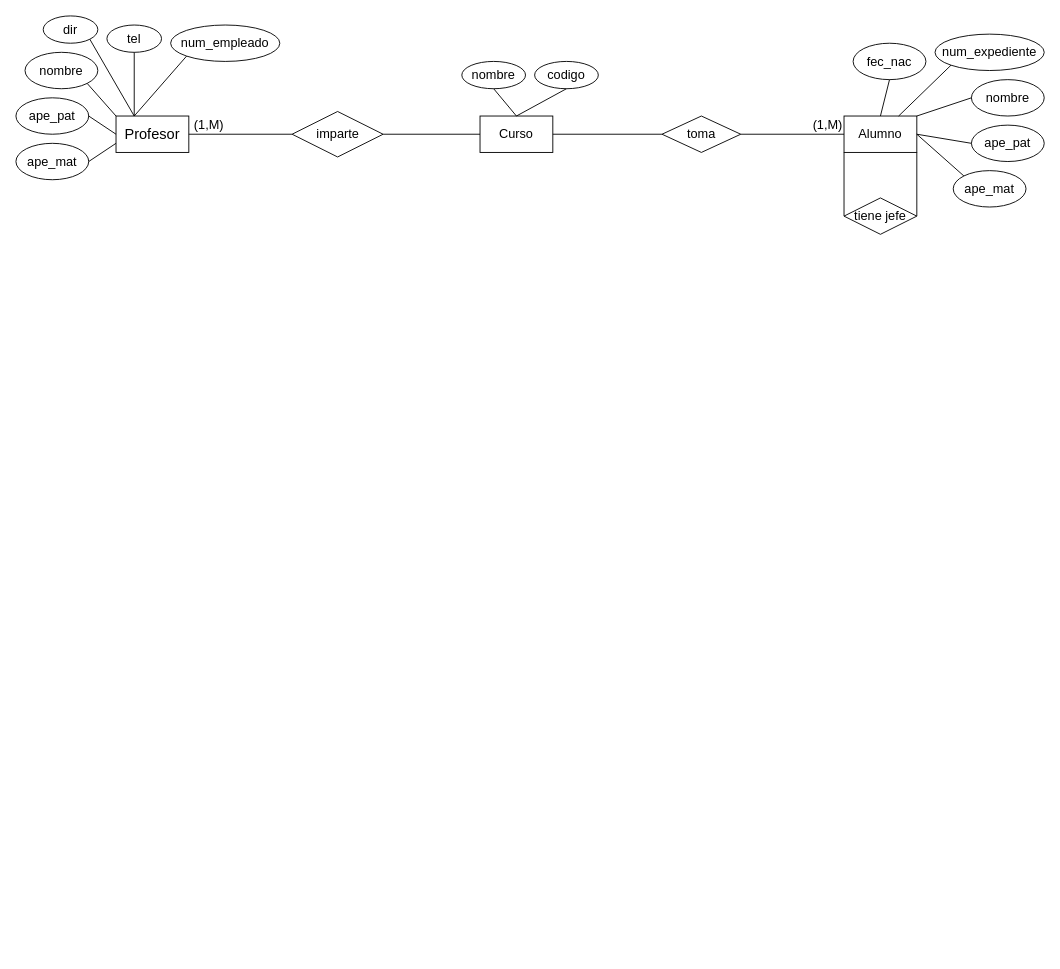
The draw.io diagram Reto1.drawio in Mabeth3105/Diagramas, before the edit. Source tidied: cells renumbered, new cells numbered last; positions are measured from the earlier drawing's top-left corner, leaving out a move shared by most shapes. Both pictures are drawn from the tidied source at 91%, with x=0, y=0 at pixel (15, 15).
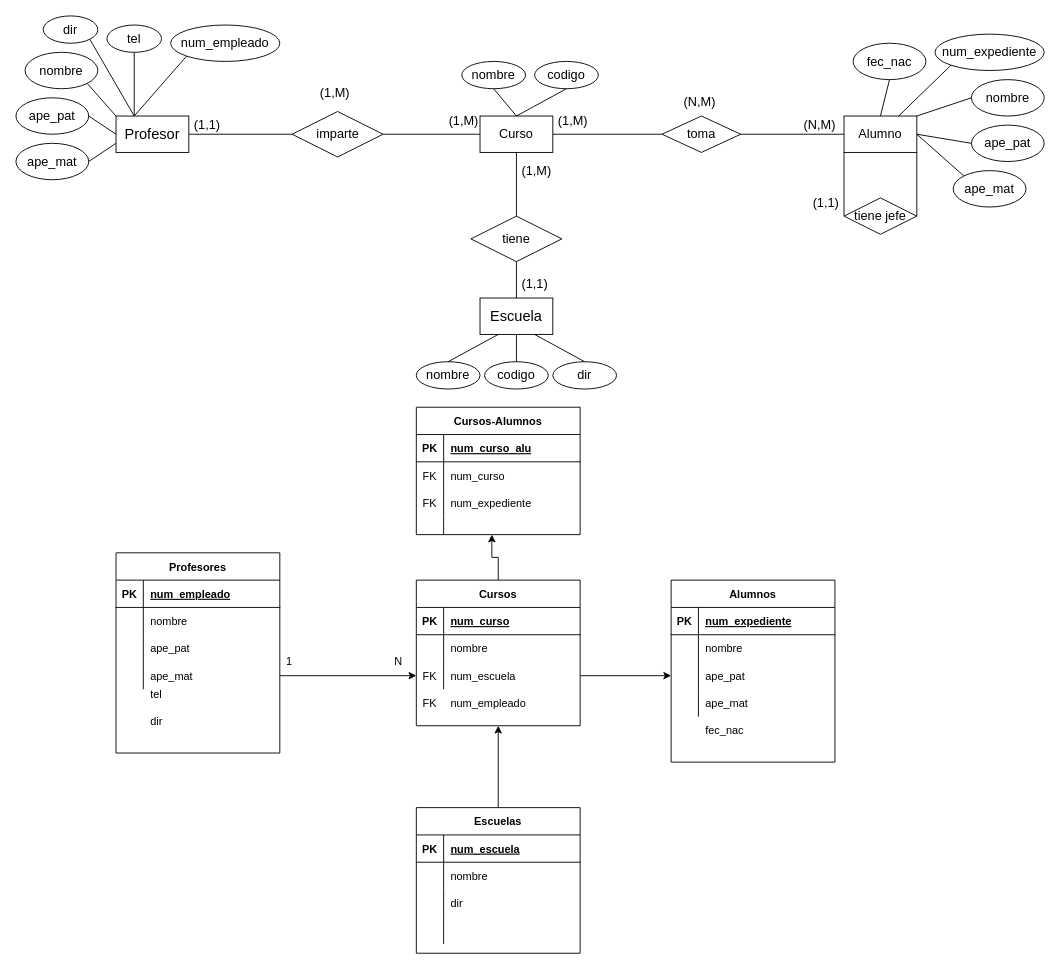
The same diagram, later.

The change refers to these unchanged cells:
```xml
<mxCell id="15" value="Curso" style="whiteSpace=wrap;html=1;align=center;fontSize=14;" parent="1" vertex="1">
  <mxGeometry x="510" y="110" width="80" height="40" as="geometry" />
</mxCell>
```

Diff of the diagram source:
```diff
@@
     <mxCell id="40" value="(1,M)" style="text;strokeColor=none;fillColor=none;spacingLeft=4;spacingRight=4;overflow=hidden;fontSize=14;" parent="1" vertex="1">
-      <mxGeometry x="870" y="105" width="50" height="30" as="geometry" />
+      <mxGeometry x="590" y="100" width="50" height="30" as="geometry" />
     </mxCell>
-    <mxCell id="41" value="(1,M)" style="text;strokeColor=none;fillColor=none;spacingLeft=4;spacingRight=4;overflow=hidden;fontSize=14;" parent="1" vertex="1">
+    <mxCell id="41" value="(1,1)" style="text;strokeColor=none;fillColor=none;spacingLeft=4;spacingRight=4;overflow=hidden;fontSize=14;" parent="1" vertex="1">
       <mxGeometry x="190" y="105" width="50" height="30" as="geometry" />
     </mxCell>
+    <mxCell id="42" value="(1,1)" style="text;strokeColor=none;fillColor=none;spacingLeft=4;spacingRight=4;overflow=hidden;fontSize=14;" parent="1" vertex="1">
+      <mxGeometry x="870" y="190" width="50" height="30" as="geometry" />
+    </mxCell>
+    <mxCell id="43" value="(1,M)" style="text;strokeColor=none;fillColor=none;spacingLeft=4;spacingRight=4;overflow=hidden;fontSize=14;" parent="1" vertex="1">
+      <mxGeometry x="470" y="100" width="50" height="30" as="geometry" />
+    </mxCell>
+    <mxCell id="44" value="(N,M)" style="text;strokeColor=none;fillColor=none;spacingLeft=4;spacingRight=4;overflow=hidden;fontSize=14;" parent="1" vertex="1">
+      <mxGeometry x="860" y="105" width="50" height="30" as="geometry" />
+    </mxCell>
+    <mxCell id="45" value="Escuela" style="rounded=0;whiteSpace=wrap;html=1;fontSize=16;" parent="1" vertex="1">
+      <mxGeometry x="510" y="310" width="80" height="40" as="geometry" />
+    </mxCell>
+    <mxCell id="46" value="tiene" style="shape=rhombus;perimeter=rhombusPerimeter;whiteSpace=wrap;html=1;align=center;fontSize=14;" parent="1" vertex="1">
+      <mxGeometry x="500" y="220" width="100" height="50" as="geometry" />
+    </mxCell>
+    <mxCell id="47" style="endArrow=none;html=1;rounded=0;entryX=0.5;entryY=0;entryDx=0;entryDy=0;exitX=0.5;exitY=1;exitDx=0;exitDy=0;" parent="1" edge="1" source="15" target="46">
+      <mxGeometry relative="1" as="geometry" />
+    </mxCell>
+    <mxCell id="48" style="endArrow=none;html=1;rounded=0;exitX=0.5;exitY=1;exitDx=0;exitDy=0;entryX=0.5;entryY=0;entryDx=0;entryDy=0;" parent="1" edge="1" source="46" target="45">
+      <mxGeometry relative="1" as="geometry" />
+    </mxCell>
+    <mxCell id="49" value="(1,1)" style="text;strokeColor=none;fillColor=none;spacingLeft=4;spacingRight=4;overflow=hidden;fontSize=14;" parent="1" vertex="1">
+      <mxGeometry x="550" y="280" width="50" height="30" as="geometry" />
+    </mxCell>
+    <mxCell id="50" value="(1,M)" style="text;strokeColor=none;fillColor=none;spacingLeft=4;spacingRight=4;overflow=hidden;fontSize=14;" parent="1" vertex="1">
+      <mxGeometry x="550" y="155" width="50" height="30" as="geometry" />
+    </mxCell>
+    <mxCell id="51" value="(1,M)" style="text;strokeColor=none;fillColor=none;spacingLeft=4;spacingRight=4;overflow=hidden;fontSize=14;" parent="1" vertex="1">
+      <mxGeometry x="328.5" y="70" width="50" height="30" as="geometry" />
+    </mxCell>
+    <mxCell id="52" value="(N,M)" style="text;strokeColor=none;fillColor=none;spacingLeft=4;spacingRight=4;overflow=hidden;fontSize=14;" parent="1" vertex="1">
+      <mxGeometry x="728.2" y="80" width="50" height="30" as="geometry" />
+    </mxCell>
+    <mxCell id="53" value="nombre" style="ellipse;whiteSpace=wrap;html=1;align=center;fontSize=14;" parent="1" vertex="1">
+      <mxGeometry x="440" y="380" width="70" height="30" as="geometry" />
+    </mxCell>
+    <mxCell id="54" value="codigo" style="ellipse;whiteSpace=wrap;html=1;align=center;fontSize=14;" parent="1" vertex="1">
+      <mxGeometry x="515" y="380" width="70" height="30" as="geometry" />
+    </mxCell>
+    <mxCell id="55" value="dir" style="ellipse;whiteSpace=wrap;html=1;align=center;fontSize=14;" parent="1" vertex="1">
+      <mxGeometry x="590" y="380" width="70" height="30" as="geometry" />
+    </mxCell>
+    <mxCell id="56" style="endArrow=none;html=1;rounded=0;entryX=0.5;entryY=0;entryDx=0;entryDy=0;exitX=0.75;exitY=1;exitDx=0;exitDy=0;" parent="1" edge="1" source="45" target="55">
+      <mxGeometry relative="1" as="geometry" />
+    </mxCell>
+    <mxCell id="57" style="endArrow=none;html=1;rounded=0;exitX=0.5;exitY=0;exitDx=0;exitDy=0;entryX=0.5;entryY=1;entryDx=0;entryDy=0;" parent="1" edge="1" source="54" target="45">
+      <mxGeometry relative="1" as="geometry" />
+    </mxCell>
+    <mxCell id="58" style="endArrow=none;html=1;rounded=0;exitX=0.5;exitY=0;exitDx=0;exitDy=0;entryX=0.25;entryY=1;entryDx=0;entryDy=0;" parent="1" edge="1" source="53" target="45">
+      <mxGeometry relative="1" as="geometry" />
+    </mxCell>
+    <mxCell id="59" style="shape=partialRectangle;fillColor=none;top=0;left=0;bottom=0;right=0;" parent="1" vertex="1">
+      <mxGeometry x="720" y="770" width="180" height="30" as="geometry" />
+    </mxCell>
+    <mxCell id="60" style="shape=partialRectangle;fillColor=none;top=0;left=0;bottom=0;right=0;overflow=hidden;" parent="59" vertex="1">
+      <mxGeometry width="30" height="30" as="geometry" />
+    </mxCell>
+    <mxCell id="61" value="fec_nac" style="shape=partialRectangle;fillColor=none;top=0;left=0;bottom=0;right=0;align=left;spacingLeft=6;overflow=hidden;" parent="59" vertex="1">
+      <mxGeometry x="30" width="150" height="30" as="geometry" />
+    </mxCell>
+    <mxCell id="62" style="shape=partialRectangle;fillColor=none;top=0;left=0;bottom=0;right=0;" parent="1" vertex="1">
+      <mxGeometry x="440" y="740" width="180" height="30" as="geometry" />
+    </mxCell>
+    <mxCell id="63" value="FK" style="shape=partialRectangle;fillColor=none;top=0;left=0;bottom=0;right=0;overflow=hidden;" parent="62" vertex="1">
+      <mxGeometry width="30" height="30" as="geometry" />
+    </mxCell>
+    <mxCell id="64" value="num_empleado" style="shape=partialRectangle;fillColor=none;top=0;left=0;bottom=0;right=0;align=left;spacingLeft=6;overflow=hidden;" parent="62" vertex="1">
+      <mxGeometry x="30" width="150" height="30" as="geometry" />
+    </mxCell>
+    <mxCell id="65" style="group;" parent="1" vertex="1">
+      <mxGeometry x="110" y="590" width="180" height="220" as="geometry" />
+    </mxCell>
+    <mxCell id="66" value="tel" style="shape=partialRectangle;fillColor=none;top=0;left=0;bottom=0;right=0;align=left;spacingLeft=6;overflow=hidden;" parent="65" vertex="1">
+      <mxGeometry x="30" y="140" width="150" height="30" as="geometry" />
+    </mxCell>
+    <mxCell id="67" value="dir" style="shape=partialRectangle;fillColor=none;top=0;left=0;bottom=0;right=0;align=left;spacingLeft=6;overflow=hidden;" parent="65" vertex="1">
+      <mxGeometry x="30" y="170" width="150" height="30" as="geometry" />
+    </mxCell>
+    <mxCell id="68" value="Profesores" style="shape=table;startSize=30;childLayout=tableLayout;rowLines=0;fontStyle=1;align=center;" parent="65" vertex="1">
+      <mxGeometry width="180" height="220" as="geometry" />
+    </mxCell>
+    <mxCell id="69" style="shape=partialRectangle;fillColor=none;top=0;left=0;bottom=1;right=0;" parent="68" vertex="1">
+      <mxGeometry y="30" width="180" height="30" as="geometry" />
+    </mxCell>
+    <mxCell id="70" value="PK" style="shape=partialRectangle;fillColor=none;top=0;left=0;bottom=0;right=0;fontStyle=1;overflow=hidden;" parent="69" vertex="1">
+      <mxGeometry width="30" height="30" as="geometry" />
+    </mxCell>
+    <mxCell id="71" value="num_empleado" style="shape=partialRectangle;fillColor=none;top=0;left=0;bottom=0;right=0;align=left;spacingLeft=6;fontStyle=5;overflow=hidden;" parent="69" vertex="1">
+      <mxGeometry x="30" width="150" height="30" as="geometry" />
+    </mxCell>
+    <mxCell id="72" style="shape=partialRectangle;fillColor=none;top=0;left=0;bottom=0;right=0;" parent="68" vertex="1">
+      <mxGeometry y="60" width="180" height="30" as="geometry" />
+    </mxCell>
+    <mxCell id="73" style="shape=partialRectangle;fillColor=none;top=0;left=0;bottom=0;right=0;overflow=hidden;" parent="72" vertex="1">
+      <mxGeometry width="30" height="30" as="geometry" />
+    </mxCell>
+    <mxCell id="74" value="nombre" style="shape=partialRectangle;fillColor=none;top=0;left=0;bottom=0;right=0;align=left;spacingLeft=6;overflow=hidden;" parent="72" vertex="1">
+      <mxGeometry x="30" width="150" height="30" as="geometry" />
+    </mxCell>
+    <mxCell id="75" style="shape=partialRectangle;fillColor=none;top=0;left=0;bottom=0;right=0;" parent="68" vertex="1">
+      <mxGeometry y="90" width="180" height="30" as="geometry" />
+    </mxCell>
+    <mxCell id="76" style="shape=partialRectangle;fillColor=none;top=0;left=0;bottom=0;right=0;overflow=hidden;" parent="75" vertex="1">
+      <mxGeometry width="30" height="30" as="geometry" />
+    </mxCell>
+    <mxCell id="77" value="ape_pat" style="shape=partialRectangle;fillColor=none;top=0;left=0;bottom=0;right=0;align=left;spacingLeft=6;overflow=hidden;" parent="75" vertex="1">
+      <mxGeometry x="30" width="150" height="30" as="geometry" />
+    </mxCell>
+    <mxCell id="78" style="shape=partialRectangle;fillColor=none;top=0;left=0;bottom=0;right=0;points=[[0,0.5],[1,0.5]];portConstraint=eastwest;" parent="68" vertex="1">
+      <mxGeometry y="120" width="180" height="30" as="geometry" />
+    </mxCell>
+    <mxCell id="79" style="shape=partialRectangle;fillColor=none;top=0;left=0;bottom=0;right=0;overflow=hidden;" parent="78" vertex="1">
+      <mxGeometry width="30" height="30" as="geometry" />
+    </mxCell>
+    <mxCell id="80" value="ape_mat" style="shape=partialRectangle;fillColor=none;top=0;left=0;bottom=0;right=0;align=left;spacingLeft=6;overflow=hidden;" parent="78" vertex="1">
+      <mxGeometry x="30" width="150" height="30" as="geometry" />
+    </mxCell>
+    <mxCell id="81" style="edgeStyle=orthogonalEdgeStyle;rounded=0;jettySize=auto;html=1;exitX=0.5;exitY=0;exitDx=0;exitDy=0;entryX=0.461;entryY=1;entryDx=0;entryDy=0;entryPerimeter=0;" parent="1" edge="1" source="82" target="116">
+      <mxGeometry relative="1" as="geometry" />
+    </mxCell>
+    <mxCell id="82" value="Cursos" style="shape=table;startSize=30;childLayout=tableLayout;rowLines=0;fontStyle=1;align=center;" parent="1" vertex="1">
+      <mxGeometry x="440" y="620" width="180" height="160" as="geometry" />
+    </mxCell>
+    <mxCell id="83" style="shape=partialRectangle;fillColor=none;top=0;left=0;bottom=1;right=0;" parent="82" vertex="1">
+      <mxGeometry y="30" width="180" height="30" as="geometry" />
+    </mxCell>
+    <mxCell id="84" value="PK" style="shape=partialRectangle;fillColor=none;top=0;left=0;bottom=0;right=0;fontStyle=1;overflow=hidden;" parent="83" vertex="1">
+      <mxGeometry width="30" height="30" as="geometry" />
+    </mxCell>
+    <mxCell id="85" value="num_curso" style="shape=partialRectangle;fillColor=none;top=0;left=0;bottom=0;right=0;align=left;spacingLeft=6;fontStyle=5;overflow=hidden;" parent="83" vertex="1">
+      <mxGeometry x="30" width="150" height="30" as="geometry" />
+    </mxCell>
+    <mxCell id="86" style="shape=partialRectangle;fillColor=none;top=0;left=0;bottom=0;right=0;" parent="82" vertex="1">
+      <mxGeometry y="60" width="180" height="30" as="geometry" />
+    </mxCell>
+    <mxCell id="87" style="shape=partialRectangle;fillColor=none;top=0;left=0;bottom=0;right=0;overflow=hidden;" parent="86" vertex="1">
+      <mxGeometry width="30" height="30" as="geometry" />
+    </mxCell>
+    <mxCell id="88" value="nombre" style="shape=partialRectangle;fillColor=none;top=0;left=0;bottom=0;right=0;align=left;spacingLeft=6;overflow=hidden;" parent="86" vertex="1">
+      <mxGeometry x="30" width="150" height="30" as="geometry" />
+    </mxCell>
+    <mxCell id="89" style="shape=partialRectangle;fillColor=none;top=0;left=0;bottom=0;right=0;points=[[0,0.5],[1,0.5]];portConstraint=eastwest;" parent="82" vertex="1">
+      <mxGeometry y="90" width="180" height="30" as="geometry" />
+    </mxCell>
+    <mxCell id="90" value="FK" style="shape=partialRectangle;fillColor=none;top=0;left=0;bottom=0;right=0;overflow=hidden;" parent="89" vertex="1">
+      <mxGeometry width="30" height="30" as="geometry" />
+    </mxCell>
+    <mxCell id="91" value="num_escuela" style="shape=partialRectangle;fillColor=none;top=0;left=0;bottom=0;right=0;align=left;spacingLeft=6;overflow=hidden;" parent="89" vertex="1">
+      <mxGeometry x="30" width="150" height="30" as="geometry" />
+    </mxCell>
+    <mxCell id="92" value="Alumnos" style="shape=table;startSize=30;childLayout=tableLayout;rowLines=0;fontStyle=1;align=center;" parent="1" vertex="1">
+      <mxGeometry x="720" y="620" width="180" height="200" as="geometry" />
+    </mxCell>
+    <mxCell id="93" style="shape=partialRectangle;fillColor=none;top=0;left=0;bottom=1;right=0;" parent="92" vertex="1">
+      <mxGeometry y="30" width="180" height="30" as="geometry" />
+    </mxCell>
+    <mxCell id="94" value="PK" style="shape=partialRectangle;fillColor=none;top=0;left=0;bottom=0;right=0;fontStyle=1;overflow=hidden;" parent="93" vertex="1">
+      <mxGeometry width="30" height="30" as="geometry" />
+    </mxCell>
+    <mxCell id="95" value="num_expediente" style="shape=partialRectangle;fillColor=none;top=0;left=0;bottom=0;right=0;align=left;spacingLeft=6;fontStyle=5;overflow=hidden;" parent="93" vertex="1">
+      <mxGeometry x="30" width="150" height="30" as="geometry" />
+    </mxCell>
+    <mxCell id="96" style="shape=partialRectangle;fillColor=none;top=0;left=0;bottom=0;right=0;" parent="92" vertex="1">
+      <mxGeometry y="60" width="180" height="30" as="geometry" />
+    </mxCell>
+    <mxCell id="97" style="shape=partialRectangle;fillColor=none;top=0;left=0;bottom=0;right=0;overflow=hidden;" parent="96" vertex="1">
+      <mxGeometry width="30" height="30" as="geometry" />
+    </mxCell>
+    <mxCell id="98" value="nombre" style="shape=partialRectangle;fillColor=none;top=0;left=0;bottom=0;right=0;align=left;spacingLeft=6;overflow=hidden;" parent="96" vertex="1">
+      <mxGeometry x="30" width="150" height="30" as="geometry" />
+    </mxCell>
+    <mxCell id="99" style="shape=partialRectangle;fillColor=none;top=0;left=0;bottom=0;right=0;points=[[0,0.5],[1,0.5]];portConstraint=eastwest;" parent="92" vertex="1">
+      <mxGeometry y="90" width="180" height="30" as="geometry" />
+    </mxCell>
+    <mxCell id="100" style="shape=partialRectangle;fillColor=none;top=0;left=0;bottom=0;right=0;overflow=hidden;" parent="99" vertex="1">
+      <mxGeometry width="30" height="30" as="geometry" />
+    </mxCell>
+    <mxCell id="101" value="ape_pat" style="shape=partialRectangle;fillColor=none;top=0;left=0;bottom=0;right=0;align=left;spacingLeft=6;overflow=hidden;" parent="99" vertex="1">
+      <mxGeometry x="30" width="150" height="30" as="geometry" />
+    </mxCell>
+    <mxCell id="102" style="shape=partialRectangle;fillColor=none;top=0;left=0;bottom=0;right=0;" parent="92" vertex="1">
+      <mxGeometry y="120" width="180" height="30" as="geometry" />
+    </mxCell>
+    <mxCell id="103" style="shape=partialRectangle;fillColor=none;top=0;left=0;bottom=0;right=0;overflow=hidden;" parent="102" vertex="1">
+      <mxGeometry width="30" height="30" as="geometry" />
+    </mxCell>
+    <mxCell id="104" value="ape_mat" style="shape=partialRectangle;fillColor=none;top=0;left=0;bottom=0;right=0;align=left;spacingLeft=6;overflow=hidden;" parent="102" vertex="1">
+      <mxGeometry x="30" width="150" height="30" as="geometry" />
+    </mxCell>
+    <mxCell id="105" style="edgeStyle=orthogonalEdgeStyle;rounded=0;jettySize=auto;html=1;exitX=0.5;exitY=0;exitDx=0;exitDy=0;entryX=0.5;entryY=1;entryDx=0;entryDy=0;" parent="1" edge="1" source="123" target="82">
+      <mxGeometry relative="1" as="geometry" />
+    </mxCell>
+    <mxCell id="106" value="Cursos-Alumnos" style="shape=table;startSize=30;childLayout=tableLayout;rowLines=0;fontStyle=1;align=center;" parent="1" vertex="1">
+      <mxGeometry x="440" y="430" width="180" height="140" as="geometry" />
+    </mxCell>
+    <mxCell id="107" style="shape=partialRectangle;fillColor=none;top=0;left=0;bottom=1;right=0;" parent="106" vertex="1">
+      <mxGeometry y="30" width="180" height="30" as="geometry" />
+    </mxCell>
+    <mxCell id="108" value="PK" style="shape=partialRectangle;fillColor=none;top=0;left=0;bottom=0;right=0;fontStyle=1;overflow=hidden;" parent="107" vertex="1">
+      <mxGeometry width="30" height="30" as="geometry" />
+    </mxCell>
+    <mxCell id="109" value="num_curso_alu" style="shape=partialRectangle;fillColor=none;top=0;left=0;bottom=0;right=0;align=left;spacingLeft=6;fontStyle=5;overflow=hidden;" parent="107" vertex="1">
+      <mxGeometry x="30" width="150" height="30" as="geometry" />
+    </mxCell>
+    <mxCell id="110" style="shape=partialRectangle;fillColor=none;top=0;left=0;bottom=0;right=0;" parent="106" vertex="1">
+      <mxGeometry y="60" width="180" height="30" as="geometry" />
+    </mxCell>
+    <mxCell id="111" value="FK" style="shape=partialRectangle;fillColor=none;top=0;left=0;bottom=0;right=0;overflow=hidden;" parent="110" vertex="1">
+      <mxGeometry width="30" height="30" as="geometry" />
+    </mxCell>
+    <mxCell id="112" value="num_curso" style="shape=partialRectangle;fillColor=none;top=0;left=0;bottom=0;right=0;align=left;spacingLeft=6;overflow=hidden;" parent="110" vertex="1">
+      <mxGeometry x="30" width="150" height="30" as="geometry" />
+    </mxCell>
+    <mxCell id="113" style="shape=partialRectangle;fillColor=none;top=0;left=0;bottom=0;right=0;" parent="106" vertex="1">
+      <mxGeometry y="90" width="180" height="30" as="geometry" />
+    </mxCell>
+    <mxCell id="114" value="FK" style="shape=partialRectangle;fillColor=none;top=0;left=0;bottom=0;right=0;overflow=hidden;" parent="113" vertex="1">
+      <mxGeometry width="30" height="30" as="geometry" />
+    </mxCell>
+    <mxCell id="115" value="num_expediente" style="shape=partialRectangle;fillColor=none;top=0;left=0;bottom=0;right=0;align=left;spacingLeft=6;overflow=hidden;" parent="113" vertex="1">
+      <mxGeometry x="30" width="150" height="30" as="geometry" />
+    </mxCell>
+    <mxCell id="116" style="shape=partialRectangle;fillColor=none;top=0;left=0;bottom=0;right=0;points=[[0,0.5],[1,0.5]];portConstraint=eastwest;" parent="106" vertex="1">
+      <mxGeometry y="120" width="180" height="20" as="geometry" />
+    </mxCell>
+    <mxCell id="117" style="shape=partialRectangle;fillColor=none;top=0;left=0;bottom=0;right=0;overflow=hidden;" parent="116" vertex="1">
+      <mxGeometry width="30" height="20" as="geometry" />
+    </mxCell>
+    <mxCell id="118" style="shape=partialRectangle;fillColor=none;top=0;left=0;bottom=0;right=0;align=left;spacingLeft=6;overflow=hidden;" parent="116" vertex="1">
+      <mxGeometry x="30" width="150" height="20" as="geometry" />
+    </mxCell>
+    <mxCell id="119" style="edgeStyle=orthogonalEdgeStyle;rounded=0;jettySize=auto;html=1;exitX=1;exitY=0.5;exitDx=0;exitDy=0;" parent="1" edge="1" source="78" target="89">
+      <mxGeometry relative="1" as="geometry" />
+    </mxCell>
+    <mxCell id="120" style="edgeStyle=orthogonalEdgeStyle;rounded=0;jettySize=auto;html=1;exitX=1;exitY=0.5;exitDx=0;exitDy=0;entryX=0;entryY=0.5;entryDx=0;entryDy=0;" parent="1" edge="1" source="89" target="99">
+      <mxGeometry relative="1" as="geometry" />
+    </mxCell>
+    <mxCell id="121" value="1" style="text;html=1;align=center;verticalAlign=middle;" parent="1" vertex="1">
+      <mxGeometry x="290" y="700" width="20" height="20" as="geometry" />
+    </mxCell>
+    <mxCell id="122" value="N" style="text;html=1;align=center;verticalAlign=middle;" parent="1" vertex="1">
+      <mxGeometry x="410" y="700" width="20" height="20" as="geometry" />
+    </mxCell>
+    <mxCell id="123" value="Escuelas" style="shape=table;startSize=30;childLayout=tableLayout;rowLines=0;fontStyle=1;align=center;" parent="1" vertex="1">
+      <mxGeometry x="440" y="870" width="180" height="160" as="geometry" />
+    </mxCell>
+    <mxCell id="124" style="shape=partialRectangle;fillColor=none;top=0;left=0;bottom=1;right=0;" parent="123" vertex="1">
+      <mxGeometry y="30" width="180" height="30" as="geometry" />
+    </mxCell>
+    <mxCell id="125" value="PK" style="shape=partialRectangle;fillColor=none;top=0;left=0;bottom=0;right=0;fontStyle=1;overflow=hidden;" parent="124" vertex="1">
+      <mxGeometry width="30" height="30" as="geometry" />
+    </mxCell>
+    <mxCell id="126" value="num_escuela" style="shape=partialRectangle;fillColor=none;top=0;left=0;bottom=0;right=0;align=left;spacingLeft=6;fontStyle=5;overflow=hidden;" parent="124" vertex="1">
+      <mxGeometry x="30" width="150" height="30" as="geometry" />
+    </mxCell>
+    <mxCell id="127" style="shape=partialRectangle;fillColor=none;top=0;left=0;bottom=0;right=0;" parent="123" vertex="1">
+      <mxGeometry y="60" width="180" height="30" as="geometry" />
+    </mxCell>
+    <mxCell id="128" style="shape=partialRectangle;fillColor=none;top=0;left=0;bottom=0;right=0;overflow=hidden;" parent="127" vertex="1">
+      <mxGeometry width="30" height="30" as="geometry" />
+    </mxCell>
+    <mxCell id="129" value="nombre" style="shape=partialRectangle;fillColor=none;top=0;left=0;bottom=0;right=0;align=left;spacingLeft=6;overflow=hidden;" parent="127" vertex="1">
+      <mxGeometry x="30" width="150" height="30" as="geometry" />
+    </mxCell>
+    <mxCell id="130" style="shape=partialRectangle;fillColor=none;top=0;left=0;bottom=0;right=0;" parent="123" vertex="1">
+      <mxGeometry y="90" width="180" height="30" as="geometry" />
+    </mxCell>
+    <mxCell id="131" style="shape=partialRectangle;fillColor=none;top=0;left=0;bottom=0;right=0;overflow=hidden;" parent="130" vertex="1">
+      <mxGeometry width="30" height="30" as="geometry" />
+    </mxCell>
+    <mxCell id="132" value="dir" style="shape=partialRectangle;fillColor=none;top=0;left=0;bottom=0;right=0;align=left;spacingLeft=6;overflow=hidden;" parent="130" vertex="1">
+      <mxGeometry x="30" width="150" height="30" as="geometry" />
+    </mxCell>
+    <mxCell id="133" style="shape=partialRectangle;fillColor=none;top=0;left=0;bottom=0;right=0;" parent="123" vertex="1">
+      <mxGeometry y="120" width="180" height="30" as="geometry" />
+    </mxCell>
+    <mxCell id="134" style="shape=partialRectangle;fillColor=none;top=0;left=0;bottom=0;right=0;overflow=hidden;" parent="133" vertex="1">
+      <mxGeometry width="30" height="30" as="geometry" />
+    </mxCell>
+    <mxCell id="135" style="shape=partialRectangle;fillColor=none;top=0;left=0;bottom=0;right=0;align=left;spacingLeft=6;overflow=hidden;" parent="133" vertex="1">
+      <mxGeometry x="30" width="150" height="30" as="geometry" />
+    </mxCell>
```
